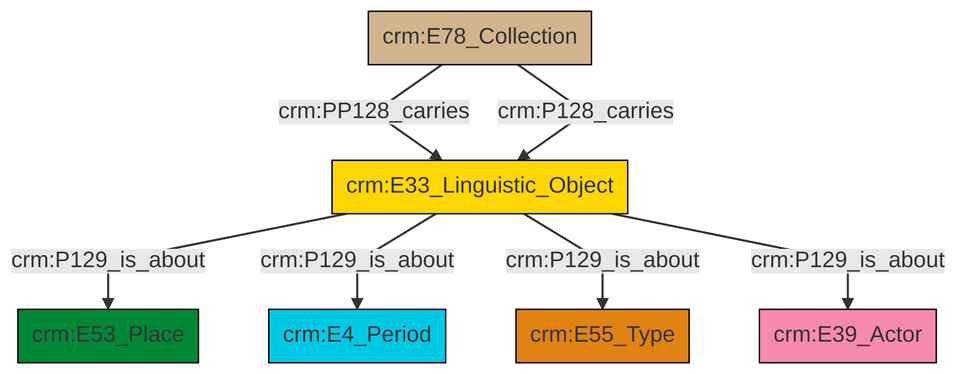
swiss-art-research-net/docs.swissartresearch keeps this Mermaid diagram as et/archivalCSV/ttl/mmd/png/archival_aboutness.png. Above is the earlier version. Its source is kept beside it as et/archivalCSV/ttl/mmd/archival_aboutness.ttl.mmd.
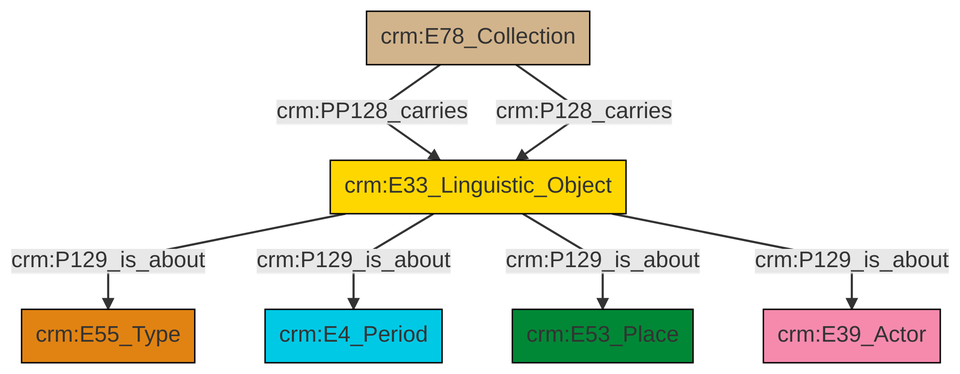
Later version of the same file.

Change to the diagram source:
```diff
@@ -13,9 +13,9 @@
 classDef PC_Classes fill:#4ce600, stroke:#000000;
 classDef Multi fill:#cccccc,stroke:#000000;
 
-2["crm:E33_Linguistic_Object"]:::Conceptual_Object -->|crm:P129_is_about| 0["crm:E53_Place"]:::Place
 6["crm:E78_Collection"]:::Physical_Thing -->|crm:PP128_carries| 2["crm:E33_Linguistic_Object"]:::Conceptual_Object
-2["crm:E33_Linguistic_Object"]:::Conceptual_Object -->|crm:P129_is_about| 7["crm:E4_Period"]:::Temporal_Entity
+2["crm:E33_Linguistic_Object"]:::Conceptual_Object -->|crm:P129_is_about| 0["crm:E55_Type"]:::Type
 6["crm:E78_Collection"]:::Physical_Thing -->|crm:P128_carries| 2["crm:E33_Linguistic_Object"]:::Conceptual_Object
-2["crm:E33_Linguistic_Object"]:::Conceptual_Object -->|crm:P129_is_about| 10["crm:E55_Type"]:::Type
-2["crm:E33_Linguistic_Object"]:::Conceptual_Object -->|crm:P129_is_about| 3["crm:E39_Actor"]:::Actor
+2["crm:E33_Linguistic_Object"]:::Conceptual_Object -->|crm:P129_is_about| 4["crm:E4_Period"]:::Temporal_Entity
+2["crm:E33_Linguistic_Object"]:::Conceptual_Object -->|crm:P129_is_about| 10["crm:E53_Place"]:::Place
+2["crm:E33_Linguistic_Object"]:::Conceptual_Object -->|crm:P129_is_about| 7["crm:E39_Actor"]:::Actor
```
